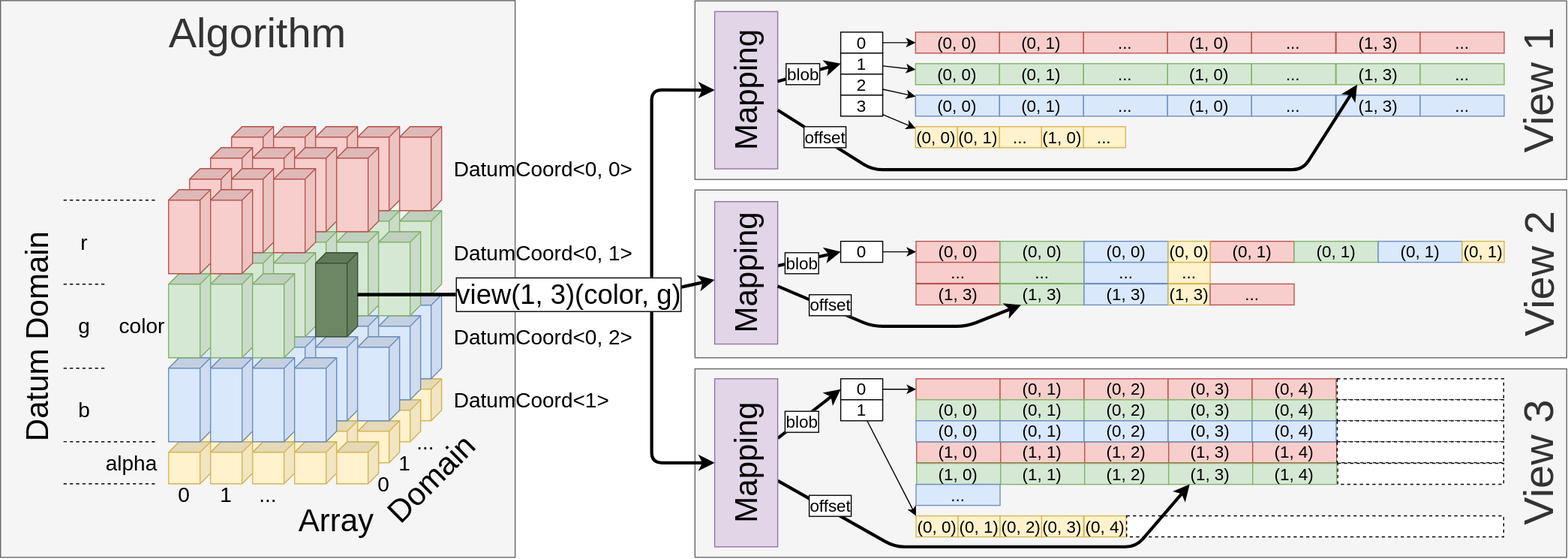
Earlier version of the draw.io export docs/images/mapping.svg (alpaka-group/llama). Source tidied: cells renumbered, new cells last; positions are measured from the earlier drawing's top-left corner, leaving out a move shared by most shapes.
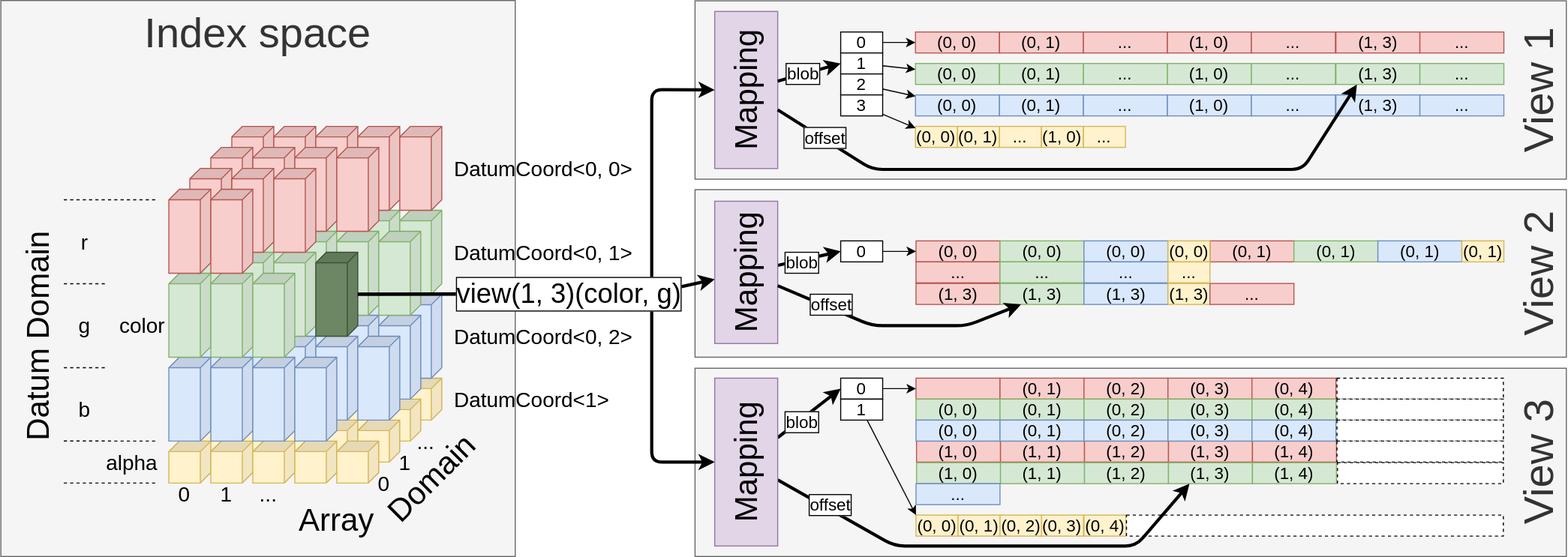
After the change.

Commit message:
replace caption Algorithm by Index space in mapping.svg

Change to the diagram source:
```diff
@@ -19,7 +19,7 @@
         </Array>
       </mxGeometry>
     </mxCell>
-    <mxCell id="6" value="Algorithm" style="rounded=0;whiteSpace=wrap;html=1;shadow=0;glass=0;sketch=0;fillColor=#f5f5f5;fontSize=40;align=center;verticalAlign=top;strokeColor=#666666;fontColor=#333333;" parent="1" vertex="1">
+    <mxCell id="6" value="Index space" style="rounded=0;whiteSpace=wrap;html=1;shadow=0;glass=0;sketch=0;fillColor=#f5f5f5;fontSize=40;align=center;verticalAlign=top;strokeColor=#666666;fontColor=#333333;" parent="1" vertex="1">
       <mxGeometry x="70" width="490" height="530" as="geometry" />
     </mxCell>
     <mxCell id="7" value="Array" style="text;html=1;strokeColor=none;fillColor=none;align=center;verticalAlign=middle;whiteSpace=wrap;rounded=0;fontSize=30;" parent="1" vertex="1">
```
